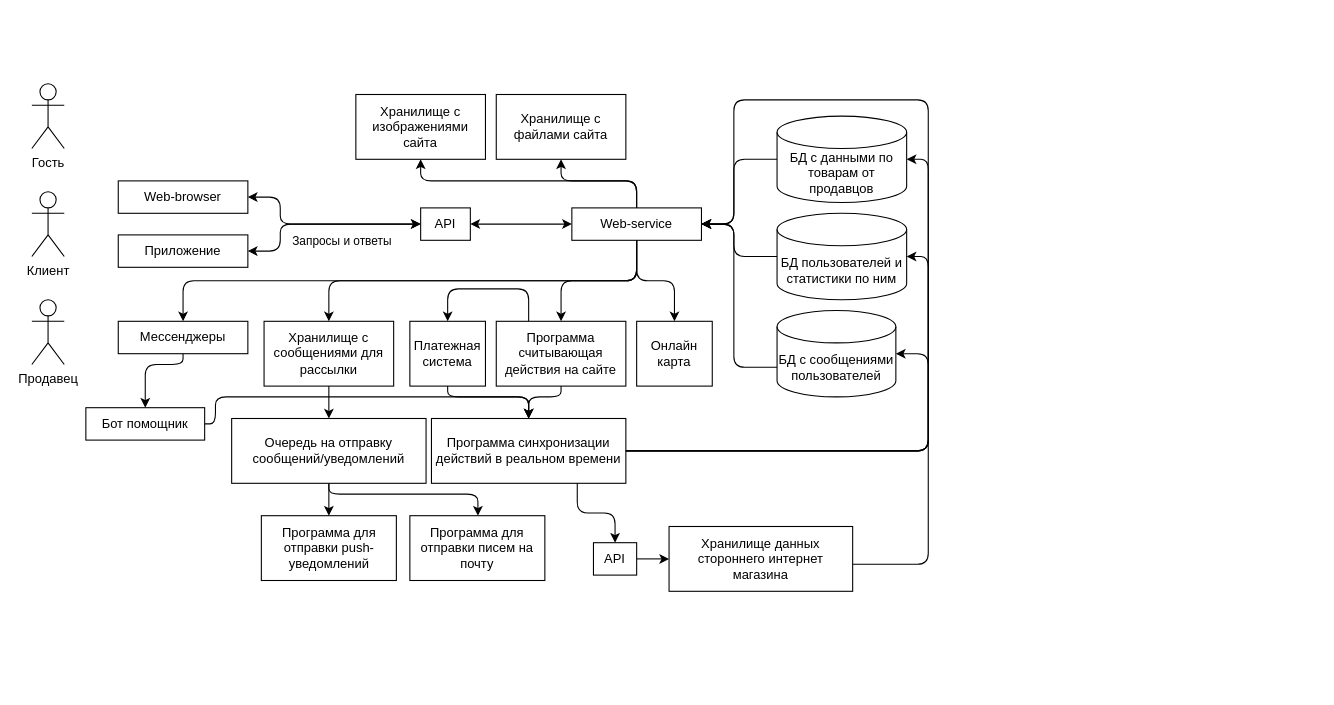
This is Диаграмма без названия.drawio from IlyaSannikow/e-catalog.ru, a draw.io file, before an edit. Source tidied: cells renumbered, new cells numbered last; positions are measured from the earlier drawing's top-left corner, leaving out a move shared by most shapes. Both pictures are drawn from the tidied source at 108%, with x=0, y=0 at pixel (31, 83).
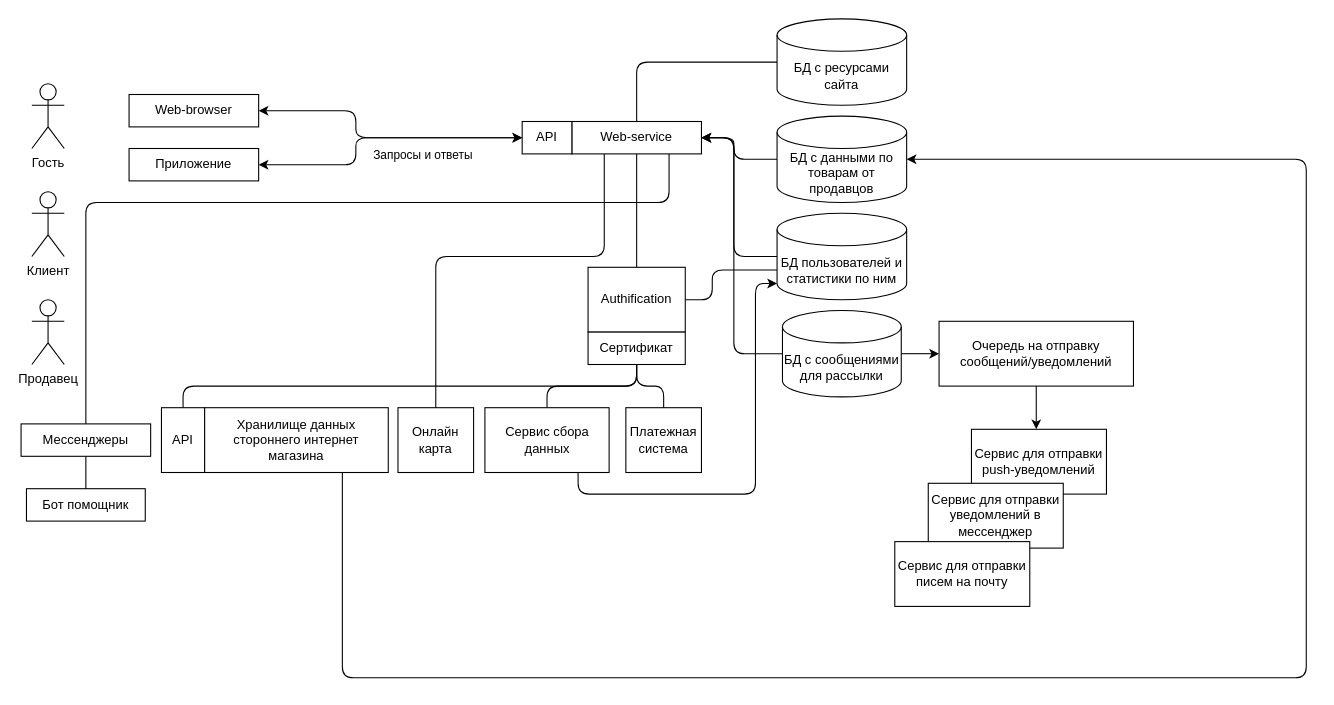
The same diagram, later.

Commit message:
Диаграмма компонентов

Unchanged cells that the change refers to:
```xml
<mxCell id="19" value="БД с данными по товарам от продавцов" style="shape=cylinder3;whiteSpace=wrap;html=1;boundedLbl=1;backgroundOutline=1;size=15;" parent="1" vertex="1">
  <mxGeometry x="690" y="30" width="120" height="80" as="geometry" />
</mxCell>
<mxCell id="20" value="БД пользователей и статистики по ним" style="shape=cylinder3;whiteSpace=wrap;html=1;boundedLbl=1;backgroundOutline=1;size=15;" parent="1" vertex="1">
  <mxGeometry x="690" y="120" width="120" height="80" as="geometry" />
</mxCell>
```

Change to the diagram source:
```diff
@@
     <mxCell id="5" value="Web-browser" style="rounded=0;whiteSpace=wrap;html=1;" parent="1" vertex="1">
-      <mxGeometry x="80" y="90" width="120" height="30" as="geometry" />
+      <mxGeometry x="90" y="10" width="120" height="30" as="geometry" />
     </mxCell>
     <mxCell id="6" value="Приложение" style="rounded=0;whiteSpace=wrap;html=1;" parent="1" vertex="1">
-      <mxGeometry x="80" y="140" width="120" height="30" as="geometry" />
+      <mxGeometry x="90" y="60" width="120" height="30" as="geometry" />
     </mxCell>
-    <mxCell id="7" style="edgeStyle=orthogonalEdgeStyle;rounded=1;jettySize=auto;html=1;exitX=0.5;exitY=1;exitDx=0;exitDy=0;entryX=0.5;entryY=0;entryDx=0;entryDy=0;" parent="1" edge="1" source="13" target="25">
-      <mxGeometry relative="1" as="geometry" />
-    </mxCell>
-    <mxCell id="8" style="edgeStyle=orthogonalEdgeStyle;rounded=1;jettySize=auto;html=1;exitX=0.25;exitY=0;exitDx=0;exitDy=0;entryX=0.5;entryY=0;entryDx=0;entryDy=0;" parent="1" edge="1" source="25" target="26">
-      <mxGeometry relative="1" as="geometry">
-        <Array as="points">
-          <mxPoint x="460" y="190" />
-          <mxPoint x="385" y="190" />
-        </Array>
-      </mxGeometry>
-    </mxCell>
-    <mxCell id="9" style="edgeStyle=orthogonalEdgeStyle;rounded=1;jettySize=auto;html=1;exitX=0.5;exitY=0;exitDx=0;exitDy=0;entryX=0.5;entryY=1;entryDx=0;entryDy=0;" parent="1" edge="1" source="13" target="46">
+    <mxCell id="9" style="edgeStyle=orthogonalEdgeStyle;rounded=1;jettySize=auto;html=1;exitX=0.5;exitY=0;exitDx=0;exitDy=0;entryX=0;entryY=0.5;entryDx=0;entryDy=0;entryPerimeter=0;endArrow=none;endFill=0;" parent="1" edge="1" source="13" target="68">
       <mxGeometry relative="1" as="geometry">
         <Array as="points">
-          <mxPoint x="560" y="90" />
-          <mxPoint x="490" y="90" />
+          <mxPoint x="560" y="-20" />
         </Array>
       </mxGeometry>
     </mxCell>
-    <mxCell id="10" style="edgeStyle=orthogonalEdgeStyle;rounded=1;jettySize=auto;html=1;exitX=0.5;exitY=0;exitDx=0;exitDy=0;entryX=0.5;entryY=1;entryDx=0;entryDy=0;" parent="1" edge="1" source="13" target="47">
-      <mxGeometry relative="1" as="geometry">
-        <Array as="points">
-          <mxPoint x="560" y="90" />
-          <mxPoint x="360" y="90" />
-        </Array>
-      </mxGeometry>
-    </mxCell>
+    <mxCell id="53" style="edgeStyle=orthogonalEdgeStyle;rounded=1;jettySize=auto;html=1;exitX=0.5;exitY=1;exitDx=0;exitDy=0;entryX=0.5;entryY=0;entryDx=0;entryDy=0;endArrow=none;endFill=0;" parent="1" edge="1" source="13" target="57">
+      <mxGeometry relative="1" as="geometry" />
+    </mxCell>
-    <mxCell id="11" style="edgeStyle=orthogonalEdgeStyle;rounded=1;jettySize=auto;html=1;exitX=0.5;exitY=1;exitDx=0;exitDy=0;entryX=0.5;entryY=0;entryDx=0;entryDy=0;" parent="1" edge="1" source="13" target="49">
-      <mxGeometry relative="1" as="geometry" />
+    <mxCell id="11" style="edgeStyle=orthogonalEdgeStyle;rounded=1;jettySize=auto;html=1;exitX=0.75;exitY=1;exitDx=0;exitDy=0;entryX=0.5;entryY=0;entryDx=0;entryDy=0;endArrow=none;endFill=0;" parent="1" edge="1" source="13" target="49">
+      <mxGeometry relative="1" as="geometry">
+        <Array as="points">
+          <mxPoint x="590" y="110" />
+          <mxPoint x="50" y="110" />
+        </Array>
+      </mxGeometry>
     </mxCell>
-    <mxCell id="12" style="edgeStyle=orthogonalEdgeStyle;rounded=1;jettySize=auto;html=1;exitX=0.5;exitY=1;exitDx=0;exitDy=0;entryX=0.5;entryY=0;entryDx=0;entryDy=0;" parent="1" edge="1" source="13" target="52">
-      <mxGeometry relative="1" as="geometry" />
-    </mxCell>
     <mxCell id="13" value="Web-service" style="rounded=0;whiteSpace=wrap;html=1;" parent="1" vertex="1">
-      <mxGeometry x="500" y="115" width="120" height="30" as="geometry" />
+      <mxGeometry x="500" y="35" width="120" height="30" as="geometry" />
     </mxCell>
     <mxCell id="14" value="API" style="rounded=0;whiteSpace=wrap;html=1;" parent="1" vertex="1">
-      <mxGeometry x="360" y="115" width="46" height="30" as="geometry" />
+      <mxGeometry x="454" y="35" width="46" height="30" as="geometry" />
     </mxCell>
     <mxCell id="15" style="endArrow=classic;startArrow=classic;html=1;rounded=1;entryX=0;entryY=0.5;entryDx=0;entryDy=0;exitX=1;exitY=0.5;exitDx=0;exitDy=0;edgeStyle=orthogonalEdgeStyle;" parent="1" edge="1" source="5" target="14">
       <mxGeometry relative="1" as="geometry">
         <Array as="points">
-          <mxPoint x="230" y="105" />
-          <mxPoint x="230" y="130" />
+          <mxPoint x="300" y="25" />
+          <mxPoint x="300" y="50" />
         </Array>
       </mxGeometry>
     </mxCell>
     <mxCell id="16" style="endArrow=classic;startArrow=classic;html=1;rounded=1;exitX=1;exitY=0.5;exitDx=0;exitDy=0;entryX=0;entryY=0.5;entryDx=0;entryDy=0;edgeStyle=orthogonalEdgeStyle;" parent="1" edge="1" source="6" target="14">
       <mxGeometry relative="1" as="geometry">
         <Array as="points">
-          <mxPoint x="230" y="155" />
-          <mxPoint x="230" y="130" />
+          <mxPoint x="300" y="75" />
+          <mxPoint x="300" y="50" />
         </Array>
       </mxGeometry>
     </mxCell>
@@
-    <mxCell id="18" style="endArrow=classic;startArrow=classic;html=1;rounded=1;entryX=0;entryY=0.5;entryDx=0;entryDy=0;exitX=1;exitY=0.5;exitDx=0;exitDy=0;edgeStyle=orthogonalEdgeStyle;" parent="1" edge="1" source="14" target="13">
-      <mxGeometry relative="1" as="geometry" />
-    </mxCell>
@@
-    <mxCell id="21" value="БД с сообщениями пользователей" style="shape=cylinder3;whiteSpace=wrap;html=1;boundedLbl=1;backgroundOutline=1;size=15;" parent="1" vertex="1">
-      <mxGeometry x="690" y="210" width="110" height="80" as="geometry" />
-    </mxCell>
     <mxCell id="22" style="endArrow=classic;html=1;rounded=1;exitX=0;exitY=0.5;exitDx=0;exitDy=0;exitPerimeter=0;entryX=1;entryY=0.5;entryDx=0;entryDy=0;edgeStyle=orthogonalEdgeStyle;" parent="1" edge="1" source="19" target="13">
       <mxGeometry relative="1" as="geometry">
         <Array as="points">
           <mxPoint x="650" y="70" />
-          <mxPoint x="650" y="130" />
+          <mxPoint x="650" y="50" />
         </Array>
       </mxGeometry>
     </mxCell>
     <mxCell id="23" style="endArrow=classic;html=1;rounded=1;exitX=0;exitY=0.5;exitDx=0;exitDy=0;exitPerimeter=0;entryX=1;entryY=0.5;entryDx=0;entryDy=0;edgeStyle=orthogonalEdgeStyle;" parent="1" edge="1" source="20" target="13">
       <mxGeometry relative="1" as="geometry">
         <Array as="points">
           <mxPoint x="650" y="160" />
-          <mxPoint x="650" y="130" />
+          <mxPoint x="650" y="50" />
         </Array>
       </mxGeometry>
     </mxCell>
-    <mxCell id="24" style="endArrow=classic;html=1;rounded=1;exitX=0;exitY=0;exitDx=0;exitDy=52.5;exitPerimeter=0;entryX=1;entryY=0.5;entryDx=0;entryDy=0;edgeStyle=orthogonalEdgeStyle;" parent="1" edge="1" source="21" target="13">
-      <mxGeometry relative="1" as="geometry">
-        <Array as="points">
-          <mxPoint x="650" y="263" />
-          <mxPoint x="650" y="130" />
-        </Array>
-      </mxGeometry>
-    </mxCell>
-    <mxCell id="25" value="Программа считывающая действия на сайте" style="rounded=0;whiteSpace=wrap;html=1;" parent="1" vertex="1">
-      <mxGeometry x="430" y="220" width="120" height="60" as="geometry" />
-    </mxCell>
     <mxCell id="26" value="Платежная система" style="rounded=0;whiteSpace=wrap;html=1;" parent="1" vertex="1">
-      <mxGeometry x="350" y="220" width="70" height="60" as="geometry" />
+      <mxGeometry x="550" y="300" width="70" height="60" as="geometry" />
     </mxCell>
-    <mxCell id="27" value="Программа синхронизации действий в реальном времени" style="rounded=0;whiteSpace=wrap;html=1;" parent="1" vertex="1">
-      <mxGeometry x="370" y="310" width="180" height="60" as="geometry" />
-    </mxCell>
-    <mxCell id="28" style="edgeStyle=orthogonalEdgeStyle;rounded=1;jettySize=auto;html=1;exitX=0.5;exitY=1;exitDx=0;exitDy=0;entryX=0.5;entryY=0;entryDx=0;entryDy=0;" parent="1" edge="1" source="25" target="27">
-      <mxGeometry relative="1" as="geometry">
-        <Array as="points">
-          <mxPoint x="490" y="290" />
-          <mxPoint x="460" y="290" />
-        </Array>
-      </mxGeometry>
-    </mxCell>
-    <mxCell id="29" style="edgeStyle=orthogonalEdgeStyle;rounded=1;jettySize=auto;html=1;exitX=1;exitY=0.5;exitDx=0;exitDy=0;entryX=1;entryY=0.5;entryDx=0;entryDy=0;entryPerimeter=0;" parent="1" edge="1" source="27" target="21">
-      <mxGeometry relative="1" as="geometry">
-        <Array as="points">
-          <mxPoint x="830" y="340" />
-          <mxPoint x="830" y="250" />
-        </Array>
-      </mxGeometry>
-    </mxCell>
-    <mxCell id="30" style="edgeStyle=orthogonalEdgeStyle;rounded=1;jettySize=auto;html=1;exitX=1;exitY=0.5;exitDx=0;exitDy=0;entryX=1;entryY=0.5;entryDx=0;entryDy=0;entryPerimeter=0;" parent="1" edge="1" source="27" target="20">
-      <mxGeometry relative="1" as="geometry" />
-    </mxCell>
-    <mxCell id="31" style="edgeStyle=orthogonalEdgeStyle;rounded=1;jettySize=auto;html=1;exitX=1;exitY=0.5;exitDx=0;exitDy=0;entryX=1;entryY=0.5;entryDx=0;entryDy=0;entryPerimeter=0;" parent="1" edge="1" source="27" target="19">
-      <mxGeometry relative="1" as="geometry">
-        <Array as="points">
-          <mxPoint x="830" y="340" />
-          <mxPoint x="830" y="70" />
-        </Array>
-      </mxGeometry>
-    </mxCell>
-    <mxCell id="32" style="edgeStyle=orthogonalEdgeStyle;rounded=1;jettySize=auto;html=1;exitX=0.5;exitY=1;exitDx=0;exitDy=0;entryX=0.5;entryY=0;entryDx=0;entryDy=0;" parent="1" edge="1" source="26" target="27">
-      <mxGeometry relative="1" as="geometry">
-        <Array as="points">
-          <mxPoint x="385" y="290" />
-          <mxPoint x="460" y="290" />
-        </Array>
-      </mxGeometry>
-    </mxCell>
     <mxCell id="33" value="API" style="rounded=0;whiteSpace=wrap;html=1;" parent="1" vertex="1">
-      <mxGeometry x="520" y="425" width="40" height="30" as="geometry" />
+      <mxGeometry x="120" y="300" width="40" height="60" as="geometry" />
     </mxCell>
-    <mxCell id="34" style="endArrow=classic;html=1;rounded=1;entryX=0.5;entryY=0;entryDx=0;entryDy=0;exitX=0.75;exitY=1;exitDx=0;exitDy=0;edgeStyle=orthogonalEdgeStyle;" parent="1" edge="1" source="27" target="33">
-      <mxGeometry relative="1" as="geometry" />
-    </mxCell>
-    <mxCell id="35" style="edgeStyle=orthogonalEdgeStyle;rounded=1;jettySize=auto;html=1;exitX=1;exitY=0.5;exitDx=0;exitDy=0;entryX=0;entryY=0.5;entryDx=0;entryDy=0;" parent="1" edge="1" source="33" target="37">
-      <mxGeometry relative="1" as="geometry" />
-    </mxCell>
-    <mxCell id="36" style="edgeStyle=orthogonalEdgeStyle;rounded=1;orthogonalLoop=1;jettySize=auto;html=1;exitX=1;exitY=0.5;exitDx=0;exitDy=0;" parent="1" edge="1">
-      <mxGeometry relative="1" as="geometry">
-        <mxPoint x="760" y="445" as="sourcePoint" />
-        <mxPoint x="620" y="130" as="targetPoint" />
-        <Array as="points">
-          <mxPoint x="830" y="445" />
-          <mxPoint x="830" y="15" />
-          <mxPoint x="650" y="15" />
-          <mxPoint x="650" y="130" />
-          <mxPoint x="620" y="130" />
-        </Array>
-      </mxGeometry>
-    </mxCell>
     <mxCell id="37" value="Хранилище данных стороннего интернет магазина" style="rounded=0;whiteSpace=wrap;html=1;" parent="1" vertex="1">
-      <mxGeometry x="590" y="410" width="170" height="60" as="geometry" />
+      <mxGeometry x="160" y="300" width="170" height="60" as="geometry" />
     </mxCell>
-    <mxCell id="38" value="Программа для отправки push-уведомлений" style="rounded=0;whiteSpace=wrap;html=1;" parent="1" vertex="1">
-      <mxGeometry x="212.5" y="400" width="125" height="60" as="geometry" />
-    </mxCell>
-    <mxCell id="39" style="edgeStyle=orthogonalEdgeStyle;rounded=1;jettySize=auto;html=1;exitX=0.5;exitY=1;exitDx=0;exitDy=0;entryX=0.5;entryY=0;entryDx=0;entryDy=0;" parent="1" edge="1" source="45" target="43">
-      <mxGeometry relative="1" as="geometry" />
-    </mxCell>
-    <mxCell id="40" style="edgeStyle=orthogonalEdgeStyle;rounded=1;jettySize=auto;html=1;exitX=0.5;exitY=1;exitDx=0;exitDy=0;entryX=0.5;entryY=0;entryDx=0;entryDy=0;" parent="1" edge="1" source="13" target="45">
-      <mxGeometry relative="1" as="geometry" />
-    </mxCell>
-    <mxCell id="41" style="edgeStyle=orthogonalEdgeStyle;rounded=1;jettySize=auto;html=1;exitX=0.5;exitY=1;exitDx=0;exitDy=0;entryX=0.5;entryY=0;entryDx=0;entryDy=0;" parent="1" edge="1" source="43" target="38">
-      <mxGeometry relative="1" as="geometry" />
+    <mxCell id="41" style="edgeStyle=orthogonalEdgeStyle;rounded=1;jettySize=auto;html=1;exitX=0.5;exitY=1;exitDx=0;exitDy=0;entryX=0.5;entryY=0;entryDx=0;entryDy=0;" parent="1" edge="1" source="43">
+      <mxGeometry relative="1" as="geometry">
+        <mxPoint x="930" y="320" as="targetPoint" />
+      </mxGeometry>
     </mxCell>
-    <mxCell id="42" style="edgeStyle=orthogonalEdgeStyle;rounded=1;jettySize=auto;html=1;exitX=0.5;exitY=1;exitDx=0;exitDy=0;" parent="1" edge="1" source="43" target="44">
-      <mxGeometry relative="1" as="geometry">
-        <Array as="points">
-          <mxPoint x="275" y="380" />
-          <mxPoint x="413" y="380" />
-        </Array>
-      </mxGeometry>
-    </mxCell>
     <mxCell id="43" value="Очередь на отправку сообщений/уведомлений" style="rounded=0;whiteSpace=wrap;html=1;" parent="1" vertex="1">
-      <mxGeometry x="185" y="310" width="180" height="60" as="geometry" />
+      <mxGeometry x="840" y="220" width="180" height="60" as="geometry" />
     </mxCell>
-    <mxCell id="44" value="Программа для отправки писем на почту" style="rounded=0;whiteSpace=wrap;html=1;" parent="1" vertex="1">
-      <mxGeometry x="350" y="400" width="125" height="60" as="geometry" />
-    </mxCell>
-    <mxCell id="45" value="Хранилище с сообщениями для рассылки" style="rounded=0;whiteSpace=wrap;html=1;" parent="1" vertex="1">
-      <mxGeometry x="215" y="220" width="120" height="60" as="geometry" />
-    </mxCell>
-    <mxCell id="46" value="Хранилище с файлами сайта" style="rounded=0;whiteSpace=wrap;html=1;" parent="1" vertex="1">
-      <mxGeometry x="430" y="10" width="120" height="60" as="geometry" />
-    </mxCell>
-    <mxCell id="47" value="Хранилище с изображениями сайта" style="rounded=0;whiteSpace=wrap;html=1;" parent="1" vertex="1">
-      <mxGeometry x="300" y="10" width="120" height="60" as="geometry" />
-    </mxCell>
-    <mxCell id="48" style="edgeStyle=orthogonalEdgeStyle;rounded=1;jettySize=auto;html=1;exitX=0.5;exitY=1;exitDx=0;exitDy=0;entryX=0.5;entryY=0;entryDx=0;entryDy=0;" parent="1" edge="1" source="49" target="51">
+    <mxCell id="48" style="edgeStyle=orthogonalEdgeStyle;rounded=1;jettySize=auto;html=1;exitX=0.5;exitY=1;exitDx=0;exitDy=0;entryX=0.5;entryY=0;entryDx=0;entryDy=0;endArrow=none;endFill=0;" parent="1" edge="1" source="49" target="51">
       <mxGeometry relative="1" as="geometry">
         <Array as="points">
-          <mxPoint x="140" y="260" />
-          <mxPoint x="105" y="260" />
+          <mxPoint x="50" y="390" />
         </Array>
       </mxGeometry>
     </mxCell>
     <mxCell id="49" value="Мессенджеры" style="rounded=0;whiteSpace=wrap;html=1;" parent="1" vertex="1">
-      <mxGeometry x="80" y="220" width="120" height="30" as="geometry" />
+      <mxGeometry x="-10" y="315" width="120" height="30" as="geometry" />
     </mxCell>
-    <mxCell id="50" style="edgeStyle=orthogonalEdgeStyle;rounded=1;jettySize=auto;html=1;exitX=1;exitY=0.5;exitDx=0;exitDy=0;entryX=0.5;entryY=0;entryDx=0;entryDy=0;" parent="1" edge="1" source="51" target="27">
-      <mxGeometry relative="1" as="geometry">
-        <Array as="points">
-          <mxPoint x="170" y="315" />
-          <mxPoint x="170" y="290" />
-          <mxPoint x="460" y="290" />
-        </Array>
-      </mxGeometry>
-    </mxCell>
     <mxCell id="51" value="Бот помощник" style="rounded=0;whiteSpace=wrap;html=1;" parent="1" vertex="1">
-      <mxGeometry x="50" y="300" width="110" height="30" as="geometry" />
+      <mxGeometry x="-5" y="375" width="110" height="30" as="geometry" />
     </mxCell>
+    <mxCell id="54" style="edgeStyle=orthogonalEdgeStyle;rounded=1;jettySize=auto;html=1;entryX=1;entryY=0.5;entryDx=0;entryDy=0;" parent="1" edge="1" source="56" target="13">
+      <mxGeometry relative="1" as="geometry">
+        <Array as="points">
+          <mxPoint x="650" y="250" />
+          <mxPoint x="650" y="50" />
+        </Array>
+      </mxGeometry>
+    </mxCell>
+    <mxCell id="55" style="edgeStyle=orthogonalEdgeStyle;rounded=1;jettySize=auto;html=1;exitX=1;exitY=0.5;exitDx=0;exitDy=0;exitPerimeter=0;entryX=0;entryY=0.5;entryDx=0;entryDy=0;" parent="1" edge="1" source="56" target="43">
+      <mxGeometry relative="1" as="geometry" />
+    </mxCell>
+    <mxCell id="56" value="БД с сообщениями для рассылки" style="shape=cylinder3;whiteSpace=wrap;html=1;boundedLbl=1;backgroundOutline=1;size=15;" parent="1" vertex="1">
+      <mxGeometry x="695" y="210" width="110" height="80" as="geometry" />
+    </mxCell>
+    <mxCell id="57" value="Authification" style="rounded=0;whiteSpace=wrap;html=1;" parent="1" vertex="1">
+      <mxGeometry x="515" y="170" width="90" height="60" as="geometry" />
+    </mxCell>
+    <mxCell id="58" style="edgeStyle=orthogonalEdgeStyle;rounded=1;jettySize=auto;html=1;exitX=0.5;exitY=1;exitDx=0;exitDy=0;entryX=0.5;entryY=0;entryDx=0;entryDy=0;endArrow=none;endFill=0;" parent="1" edge="1" source="61" target="63">
+      <mxGeometry relative="1" as="geometry" />
+    </mxCell>
+    <mxCell id="59" style="edgeStyle=orthogonalEdgeStyle;rounded=1;jettySize=auto;html=1;exitX=0.5;exitY=1;exitDx=0;exitDy=0;entryX=0.5;entryY=0;entryDx=0;entryDy=0;endArrow=none;endFill=0;" parent="1" edge="1" source="61" target="26">
+      <mxGeometry relative="1" as="geometry" />
+    </mxCell>
+    <mxCell id="60" style="edgeStyle=orthogonalEdgeStyle;rounded=1;jettySize=auto;html=1;exitX=0.5;exitY=1;exitDx=0;exitDy=0;entryX=0.5;entryY=0;entryDx=0;entryDy=0;endArrow=none;endFill=0;" parent="1" edge="1" source="61" target="33">
+      <mxGeometry relative="1" as="geometry" />
+    </mxCell>
+    <mxCell id="61" value="Сертификат" style="rounded=0;whiteSpace=wrap;html=1;" parent="1" vertex="1">
+      <mxGeometry x="515" y="230" width="90" height="30" as="geometry" />
+    </mxCell>
+    <mxCell id="62" style="rounded=1;jettySize=auto;html=1;exitX=1;exitY=0.5;exitDx=0;exitDy=0;entryX=0;entryY=0;entryDx=0;entryDy=52.5;entryPerimeter=0;edgeStyle=orthogonalEdgeStyle;endArrow=none;endFill=0;" parent="1" edge="1" source="57" target="20">
+      <mxGeometry relative="1" as="geometry">
+        <Array as="points">
+          <mxPoint x="630" y="200" />
+          <mxPoint x="630" y="173" />
+        </Array>
+      </mxGeometry>
+    </mxCell>
+    <mxCell id="63" value="Сервис сбора данных" style="rounded=0;whiteSpace=wrap;html=1;" parent="1" vertex="1">
+      <mxGeometry x="419.5" y="300" width="115" height="60" as="geometry" />
+    </mxCell>
+    <mxCell id="64" value="Сервис для отправки push-уведомлений" style="rounded=0;whiteSpace=wrap;html=1;" parent="1" vertex="1">
+      <mxGeometry x="870" y="320" width="125" height="60" as="geometry" />
+    </mxCell>
+    <mxCell id="65" style="edgeStyle=orthogonalEdgeStyle;rounded=1;jettySize=auto;html=1;exitX=0.75;exitY=1;exitDx=0;exitDy=0;entryX=0;entryY=1;entryDx=0;entryDy=-15;entryPerimeter=0;" parent="1" edge="1" source="63" target="20">
+      <mxGeometry relative="1" as="geometry">
+        <Array as="points">
+          <mxPoint x="506" y="380" />
+          <mxPoint x="670" y="380" />
+          <mxPoint x="670" y="185" />
+        </Array>
+      </mxGeometry>
+    </mxCell>
     <mxCell id="52" value="Онлайн карта" style="rounded=0;whiteSpace=wrap;html=1;" parent="1" vertex="1">
-      <mxGeometry x="560" y="220" width="70" height="60" as="geometry" />
+      <mxGeometry x="339" y="300" width="70" height="60" as="geometry" />
     </mxCell>
+    <mxCell id="66" style="edgeStyle=orthogonalEdgeStyle;rounded=1;jettySize=auto;html=1;exitX=0.75;exitY=1;exitDx=0;exitDy=0;entryX=1;entryY=0.5;entryDx=0;entryDy=0;entryPerimeter=0;" parent="1" edge="1" source="37" target="19">
+      <mxGeometry relative="1" as="geometry">
+        <Array as="points">
+          <mxPoint x="288" y="550" />
+          <mxPoint x="1180" y="550" />
+          <mxPoint x="1180" y="70" />
+        </Array>
+      </mxGeometry>
+    </mxCell>
+    <mxCell id="67" style="edgeStyle=orthogonalEdgeStyle;rounded=1;jettySize=auto;html=1;exitX=0.5;exitY=0;exitDx=0;exitDy=0;entryX=0.25;entryY=1;entryDx=0;entryDy=0;endArrow=none;endFill=0;" parent="1" edge="1" source="52" target="13">
+      <mxGeometry relative="1" as="geometry">
+        <Array as="points">
+          <mxPoint x="374" y="160" />
+          <mxPoint x="530" y="160" />
+        </Array>
+      </mxGeometry>
+    </mxCell>
+    <mxCell id="68" value="БД с ресурсами сайта" style="shape=cylinder3;whiteSpace=wrap;html=1;boundedLbl=1;backgroundOutline=1;size=15;" parent="1" vertex="1">
+      <mxGeometry x="690" y="-60" width="120" height="80" as="geometry" />
+    </mxCell>
+    <mxCell id="69" value="Сервис для отправки уведомлений в мессенджер" style="rounded=0;whiteSpace=wrap;html=1;" parent="1" vertex="1">
+      <mxGeometry x="830" y="370" width="125" height="60" as="geometry" />
+    </mxCell>
+    <mxCell id="44" value="Сервис для отправки писем на почту" style="rounded=0;whiteSpace=wrap;html=1;" parent="1" vertex="1">
+      <mxGeometry x="799" y="424" width="125" height="60" as="geometry" />
+    </mxCell>
```
